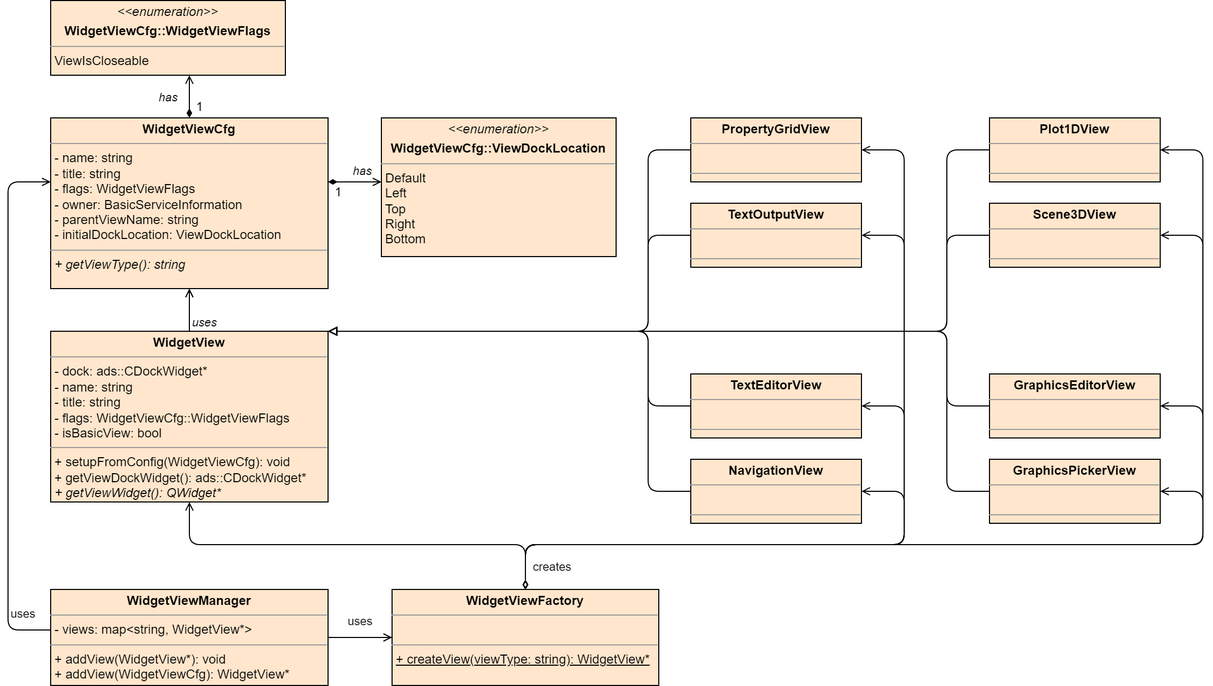
This is Documentation/Developer/ui_api/images/view_handling_class.png from OT-OpenTwin/OpenTwin, a draw.io export, as it was before one commit. Source tidied: cells renumbered, new cells last; positions are measured from the earlier drawing's top-left corner, leaving out a move shared by most shapes.
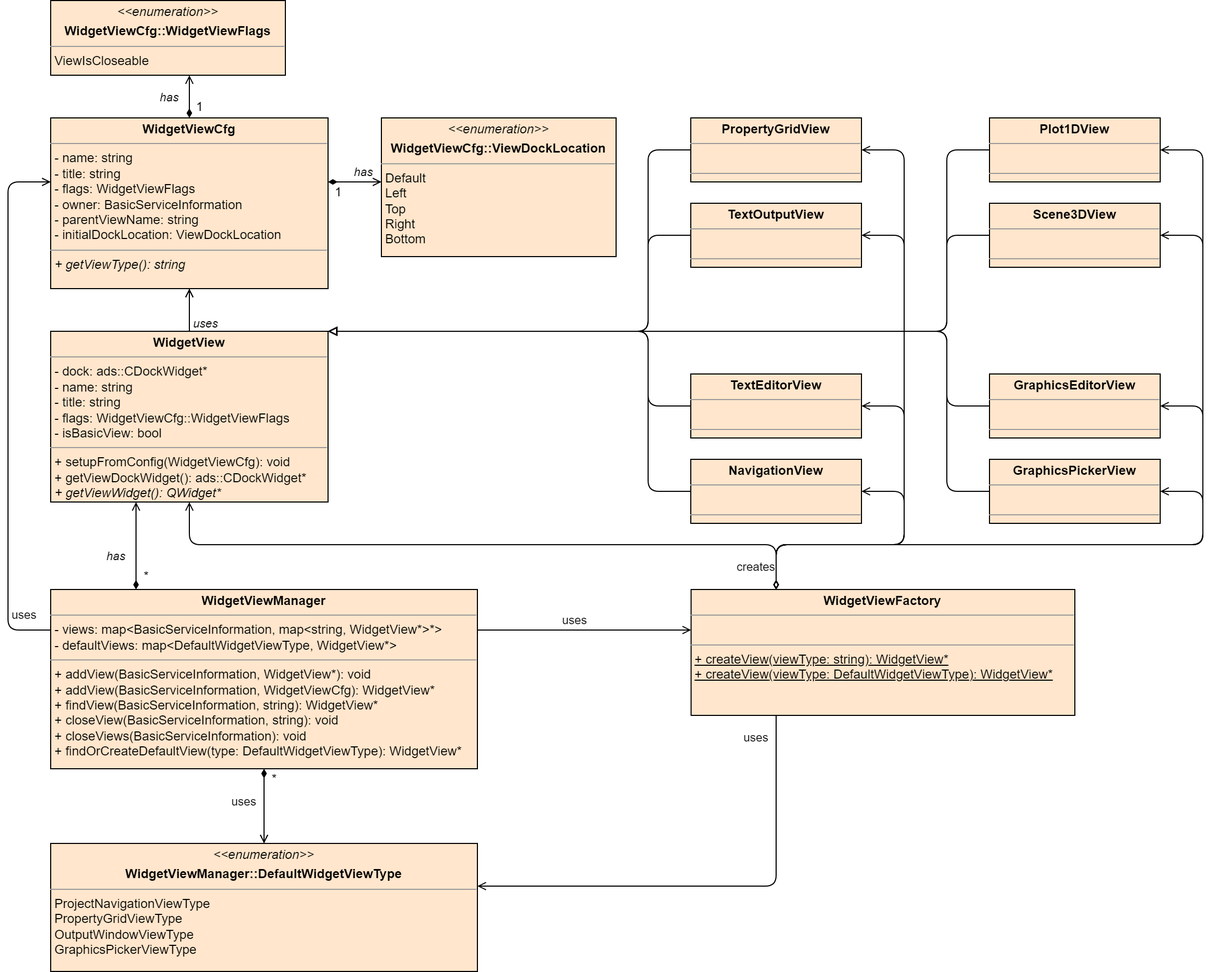
The same file after the commit.

Commit message:
Minor improvements to view handling class diagram

Change to the diagram source:
```diff
@@ -25,15 +25,41 @@
       </mxGeometry>
     </mxCell>
     <mxCell id="7" style="edgeStyle=orthogonalEdgeStyle;rounded=0;jettySize=auto;html=1;endArrow=open;endFill=0;" parent="1" edge="1" source="9" target="24">
-      <mxGeometry relative="1" as="geometry" />
+      <mxGeometry relative="1" as="geometry">
+        <Array as="points">
+          <mxPoint x="590" y="590" />
+          <mxPoint x="590" y="590" />
+        </Array>
+      </mxGeometry>
     </mxCell>
     <mxCell id="8" value="uses" style="edgeLabel;html=1;align=center;verticalAlign=middle;" parent="7" vertex="1">
       <mxGeometry x="-0.01" y="-1" relative="1" as="geometry">
-        <mxPoint y="-16" as="offset" />
+        <mxPoint x="-9" y="-11" as="offset" />
       </mxGeometry>
     </mxCell>
+    <mxCell id="47" style="edgeStyle=orthogonalEdgeStyle;rounded=0;jettySize=auto;html=1;endArrow=open;endFill=0;startArrow=diamondThin;startFill=1;" parent="1" edge="1" source="9" target="4">
+      <mxGeometry relative="1" as="geometry">
+        <Array as="points">
+          <mxPoint x="120" y="500" />
+          <mxPoint x="120" y="500" />
+        </Array>
+      </mxGeometry>
+    </mxCell>
+    <mxCell id="48" value="&lt;i&gt;has&lt;/i&gt;" style="edgeLabel;html=1;align=center;verticalAlign=middle;" parent="47" vertex="1">
+      <mxGeometry x="-0.1" y="2" relative="1" as="geometry">
+        <mxPoint x="-18" y="5" as="offset" />
+      </mxGeometry>
+    </mxCell>
+    <mxCell id="49" style="edgeStyle=orthogonalEdgeStyle;rounded=0;jettySize=auto;html=1;endArrow=open;endFill=0;startArrow=diamondThin;startFill=1;" parent="1" edge="1" source="9" target="54">
+      <mxGeometry relative="1" as="geometry" />
+    </mxCell>
+    <mxCell id="50" value="uses" style="edgeLabel;html=1;align=center;verticalAlign=middle;" parent="49" vertex="1">
+      <mxGeometry x="-0.25" y="2" relative="1" as="geometry">
+        <mxPoint x="-22" y="4" as="offset" />
+      </mxGeometry>
+    </mxCell>
-    <mxCell id="9" value="&lt;p style=&quot;margin:0px;margin-top:4px;text-align:center;&quot;&gt;&lt;b&gt;WidgetViewManager&lt;/b&gt;&lt;/p&gt;&lt;hr size=&quot;1&quot;&gt;&lt;p style=&quot;margin:0px;margin-left:4px;&quot;&gt;- views: map&amp;lt;string, WidgetView*&amp;gt;&lt;/p&gt;&lt;hr size=&quot;1&quot;&gt;&lt;p style=&quot;margin:0px;margin-left:4px;&quot;&gt;+ addView(WidgetView*): void&lt;/p&gt;&lt;p style=&quot;margin:0px;margin-left:4px;&quot;&gt;+ addView(WidgetViewCfg): WidgetView*&lt;/p&gt;" style="verticalAlign=top;align=left;overflow=fill;fontSize=12;fontFamily=Helvetica;html=1;fillColor=#ffe6cc;strokeColor=#000000;" parent="1" vertex="1">
-      <mxGeometry x="40" y="552" width="260" height="90" as="geometry" />
+    <mxCell id="9" value="&lt;p style=&quot;margin:0px;margin-top:4px;text-align:center;&quot;&gt;&lt;b&gt;WidgetViewManager&lt;/b&gt;&lt;/p&gt;&lt;hr size=&quot;1&quot;&gt;&lt;p style=&quot;margin:0px;margin-left:4px;&quot;&gt;- views: map&amp;lt;BasicServiceInformation, map&amp;lt;string, WidgetView*&amp;gt;*&amp;gt;&lt;/p&gt;&lt;p style=&quot;margin:0px;margin-left:4px;&quot;&gt;- defaultViews: map&amp;lt;DefaultWidgetViewType, WidgetView*&amp;gt;&lt;/p&gt;&lt;hr size=&quot;1&quot;&gt;&lt;p style=&quot;margin:0px;margin-left:4px;&quot;&gt;+ addView(BasicServiceInformation, WidgetView*): void&lt;/p&gt;&lt;p style=&quot;margin:0px;margin-left:4px;&quot;&gt;+ addView(BasicServiceInformation, WidgetViewCfg): WidgetView*&lt;/p&gt;&lt;p style=&quot;margin:0px;margin-left:4px;&quot;&gt;+ findView(BasicServiceInformation, string): WidgetView*&lt;/p&gt;&lt;p style=&quot;margin:0px;margin-left:4px;&quot;&gt;+ closeView(BasicServiceInformation, string): void&lt;/p&gt;&lt;p style=&quot;margin:0px;margin-left:4px;&quot;&gt;+ closeViews(BasicServiceInformation): void&lt;/p&gt;&lt;p style=&quot;margin:0px;margin-left:4px;&quot;&gt;+ findOrCreateDefaultView(type: DefaultWidgetViewType): WidgetView*&lt;/p&gt;" style="verticalAlign=top;align=left;overflow=fill;fontSize=12;fontFamily=Helvetica;html=1;fillColor=#ffe6cc;strokeColor=#000000;" parent="1" vertex="1">
+      <mxGeometry x="40" y="552" width="400" height="168" as="geometry" />
     </mxCell>
     <mxCell id="10" style="edgeStyle=orthogonalEdgeStyle;rounded=0;jettySize=auto;html=1;endArrow=open;endFill=0;startArrow=diamondThin;startFill=1;" parent="1" edge="1" source="14" target="25">
       <mxGeometry relative="1" as="geometry">
@@ -66,20 +92,20 @@
     <mxCell id="15" style="edgeStyle=orthogonalEdgeStyle;rounded=1;jettySize=auto;html=1;endArrow=open;endFill=0;curved=0;startArrow=diamondThin;startFill=0;" parent="1" edge="1" source="24" target="4">
       <mxGeometry relative="1" as="geometry">
         <Array as="points">
-          <mxPoint x="485" y="510" />
+          <mxPoint x="720" y="510" />
           <mxPoint x="170" y="510" />
         </Array>
       </mxGeometry>
     </mxCell>
     <mxCell id="16" value="creates" style="edgeLabel;html=1;align=center;verticalAlign=middle;" parent="15" vertex="1">
       <mxGeometry x="-0.89" y="1" relative="1" as="geometry">
-        <mxPoint x="26" as="offset" />
+        <mxPoint x="-19" y="12" as="offset" />
       </mxGeometry>
     </mxCell>
     <mxCell id="17" style="edgeStyle=orthogonalEdgeStyle;rounded=1;jettySize=auto;html=1;curved=0;endArrow=open;endFill=0;startArrow=diamondThin;startFill=0;" parent="1" edge="1" source="24" target="29">
       <mxGeometry relative="1" as="geometry">
         <Array as="points">
-          <mxPoint x="485" y="510" />
+          <mxPoint x="720" y="510" />
           <mxPoint x="840" y="510" />
           <mxPoint x="840" y="140" />
         </Array>
@@ -88,7 +114,7 @@
     <mxCell id="18" style="edgeStyle=orthogonalEdgeStyle;rounded=1;jettySize=auto;html=1;curved=0;endArrow=open;endFill=0;startArrow=diamondThin;startFill=0;" parent="1" edge="1" source="24" target="37">
       <mxGeometry relative="1" as="geometry">
         <Array as="points">
-          <mxPoint x="485" y="510" />
+          <mxPoint x="720" y="510" />
           <mxPoint x="840" y="510" />
           <mxPoint x="840" y="220" />
         </Array>
@@ -97,7 +123,7 @@
     <mxCell id="19" style="edgeStyle=orthogonalEdgeStyle;rounded=1;jettySize=auto;html=1;curved=0;endArrow=open;endFill=0;startArrow=diamondThin;startFill=0;" parent="1" edge="1" source="24" target="35">
       <mxGeometry relative="1" as="geometry">
         <Array as="points">
-          <mxPoint x="485" y="510" />
+          <mxPoint x="720" y="510" />
           <mxPoint x="840" y="510" />
           <mxPoint x="840" y="380" />
         </Array>
@@ -106,7 +132,7 @@
     <mxCell id="20" style="edgeStyle=orthogonalEdgeStyle;rounded=1;jettySize=auto;html=1;curved=0;endArrow=open;endFill=0;startArrow=diamondThin;startFill=0;" parent="1" edge="1" source="24" target="31">
       <mxGeometry relative="1" as="geometry">
         <Array as="points">
-          <mxPoint x="485" y="510" />
+          <mxPoint x="720" y="510" />
           <mxPoint x="1120" y="510" />
           <mxPoint x="1120" y="140" />
         </Array>
@@ -115,7 +141,7 @@
     <mxCell id="21" style="edgeStyle=orthogonalEdgeStyle;rounded=1;jettySize=auto;html=1;curved=0;endArrow=open;endFill=0;startArrow=diamondThin;startFill=0;" parent="1" edge="1" source="24" target="42">
       <mxGeometry relative="1" as="geometry">
         <Array as="points">
-          <mxPoint x="485" y="510" />
+          <mxPoint x="720" y="510" />
           <mxPoint x="840" y="510" />
           <mxPoint x="840" y="460" />
         </Array>
@@ -124,7 +150,7 @@
     <mxCell id="22" style="edgeStyle=orthogonalEdgeStyle;rounded=1;jettySize=auto;html=1;curved=0;endArrow=open;endFill=0;startArrow=diamondThin;startFill=0;" parent="1" edge="1" source="24" target="33">
       <mxGeometry relative="1" as="geometry">
         <Array as="points">
-          <mxPoint x="485" y="510" />
+          <mxPoint x="720" y="510" />
           <mxPoint x="1120" y="510" />
           <mxPoint x="1120" y="220" />
         </Array>
@@ -133,14 +159,26 @@
     <mxCell id="23" style="edgeStyle=orthogonalEdgeStyle;rounded=1;jettySize=auto;html=1;curved=0;endArrow=open;endFill=0;startArrow=diamondThin;startFill=0;" parent="1" edge="1" source="24" target="44">
       <mxGeometry relative="1" as="geometry">
         <Array as="points">
-          <mxPoint x="485" y="510" />
+          <mxPoint x="720" y="510" />
           <mxPoint x="1120" y="510" />
           <mxPoint x="1120" y="460" />
         </Array>
       </mxGeometry>
     </mxCell>
+    <mxCell id="51" style="edgeStyle=orthogonalEdgeStyle;rounded=1;jettySize=auto;html=1;endArrow=open;endFill=0;curved=0;" parent="1" edge="1" source="24" target="54">
+      <mxGeometry relative="1" as="geometry">
+        <Array as="points">
+          <mxPoint x="720" y="830" />
+        </Array>
+      </mxGeometry>
+    </mxCell>
+    <mxCell id="52" value="uses" style="edgeLabel;html=1;align=center;verticalAlign=middle;" parent="51" vertex="1">
+      <mxGeometry x="0.39" y="-1" relative="1" as="geometry">
+        <mxPoint x="126" y="-139" as="offset" />
+      </mxGeometry>
+    </mxCell>
-    <mxCell id="24" value="&lt;p style=&quot;margin:0px;margin-top:4px;text-align:center;&quot;&gt;&lt;b&gt;WidgetViewFactory&lt;/b&gt;&lt;/p&gt;&lt;hr size=&quot;1&quot;&gt;&lt;p style=&quot;margin:0px;margin-left:4px;&quot;&gt;&lt;br&gt;&lt;/p&gt;&lt;hr size=&quot;1&quot;&gt;&lt;p style=&quot;margin:0px;margin-left:4px;&quot;&gt;&lt;u&gt;+ createView(viewType: string): WidgetView*&lt;/u&gt;&lt;/p&gt;" style="verticalAlign=top;align=left;overflow=fill;fontSize=12;fontFamily=Helvetica;html=1;fillColor=#ffe6cc;strokeColor=#000000;" parent="1" vertex="1">
-      <mxGeometry x="360" y="552" width="250" height="90" as="geometry" />
+    <mxCell id="24" value="&lt;p style=&quot;margin:0px;margin-top:4px;text-align:center;&quot;&gt;&lt;b&gt;WidgetViewFactory&lt;/b&gt;&lt;/p&gt;&lt;hr size=&quot;1&quot;&gt;&lt;p style=&quot;margin:0px;margin-left:4px;&quot;&gt;&lt;br&gt;&lt;/p&gt;&lt;hr size=&quot;1&quot;&gt;&lt;p style=&quot;margin:0px;margin-left:4px;&quot;&gt;&lt;u&gt;+ createView(viewType: string): WidgetView*&lt;/u&gt;&lt;/p&gt;&lt;p style=&quot;margin:0px;margin-left:4px;&quot;&gt;&lt;u&gt;+ createView(viewType: DefaultWidgetViewType): WidgetView*&lt;/u&gt;&lt;/p&gt;" style="verticalAlign=top;align=left;overflow=fill;fontSize=12;fontFamily=Helvetica;html=1;fillColor=#ffe6cc;strokeColor=#000000;" parent="1" vertex="1">
+      <mxGeometry x="640.3" y="552" width="359.7" height="118" as="geometry" />
     </mxCell>
     <mxCell id="25" value="&lt;p style=&quot;margin:0px;margin-top:4px;text-align:center;&quot;&gt;&lt;span style=&quot;background-color: initial;&quot;&gt;&lt;i&gt;&amp;lt;&amp;lt;enumeration&amp;gt;&amp;gt;&lt;/i&gt;&lt;/span&gt;&lt;/p&gt;&lt;p style=&quot;margin:0px;margin-top:4px;text-align:center;&quot;&gt;&lt;b&gt;WidgetViewCfg::WidgetViewFlags&lt;/b&gt;&lt;/p&gt;&lt;hr size=&quot;1&quot;&gt;&lt;p style=&quot;margin:0px;margin-left:4px;&quot;&gt;ViewIsCloseable&lt;/p&gt;&lt;p style=&quot;margin:0px;margin-left:4px;&quot;&gt;&lt;br&gt;&lt;/p&gt;&lt;p style=&quot;margin:0px;margin-left:4px;&quot;&gt;&lt;br&gt;&lt;/p&gt;" style="verticalAlign=top;align=left;overflow=fill;fontSize=12;fontFamily=Helvetica;html=1;fillColor=#ffe6cc;strokeColor=#000000;" parent="1" vertex="1">
       <mxGeometry x="40" width="220" height="70" as="geometry" />
@@ -211,7 +249,7 @@
     <mxCell id="38" style="edgeStyle=orthogonalEdgeStyle;rounded=1;jettySize=auto;html=1;curved=0;startArrow=diamondThin;startFill=0;endArrow=open;endFill=0;" parent="1" edge="1" source="24" target="40">
       <mxGeometry relative="1" as="geometry">
         <Array as="points">
-          <mxPoint x="485" y="510" />
+          <mxPoint x="720" y="510" />
           <mxPoint x="1120" y="510" />
           <mxPoint x="1120" y="380" />
         </Array>
@@ -256,5 +294,14 @@
     <mxCell id="46" value="1" style="text;html=1;align=center;verticalAlign=middle;whiteSpace=wrap;rounded=0;" parent="1" vertex="1">
       <mxGeometry x="300" y="170" width="20" height="20" as="geometry" />
     </mxCell>
+    <mxCell id="53" value="*" style="text;html=1;align=center;verticalAlign=middle;whiteSpace=wrap;rounded=0;" parent="1" vertex="1">
+      <mxGeometry x="120" y="530" width="20" height="20" as="geometry" />
+    </mxCell>
+    <mxCell id="54" value="&lt;p style=&quot;margin:0px;margin-top:4px;text-align:center;&quot;&gt;&lt;span style=&quot;background-color: initial;&quot;&gt;&lt;i&gt;&amp;lt;&amp;lt;enumeration&amp;gt;&amp;gt;&lt;/i&gt;&lt;/span&gt;&lt;/p&gt;&lt;p style=&quot;margin:0px;margin-top:4px;text-align:center;&quot;&gt;&lt;b&gt;WidgetViewManager::DefaultWidgetViewType&lt;/b&gt;&lt;/p&gt;&lt;hr size=&quot;1&quot;&gt;&lt;p style=&quot;margin:0px;margin-left:4px;&quot;&gt;ProjectNavigationViewType&lt;/p&gt;&lt;p style=&quot;margin:0px;margin-left:4px;&quot;&gt;PropertyGridViewType&lt;/p&gt;&lt;p style=&quot;margin:0px;margin-left:4px;&quot;&gt;OutputWindowViewType&lt;/p&gt;&lt;p style=&quot;margin:0px;margin-left:4px;&quot;&gt;GraphicsPickerViewType&lt;/p&gt;" style="verticalAlign=top;align=left;overflow=fill;fontSize=12;fontFamily=Helvetica;html=1;fillColor=#ffe6cc;strokeColor=#000000;" parent="1" vertex="1">
+      <mxGeometry x="40" y="790" width="400" height="120" as="geometry" />
+    </mxCell>
+    <mxCell id="55" value="*" style="text;html=1;align=center;verticalAlign=middle;whiteSpace=wrap;rounded=0;" parent="1" vertex="1">
+      <mxGeometry x="240" y="720" width="20" height="20" as="geometry" />
+    </mxCell>
   </root>
 </mxGraphModel>
```
